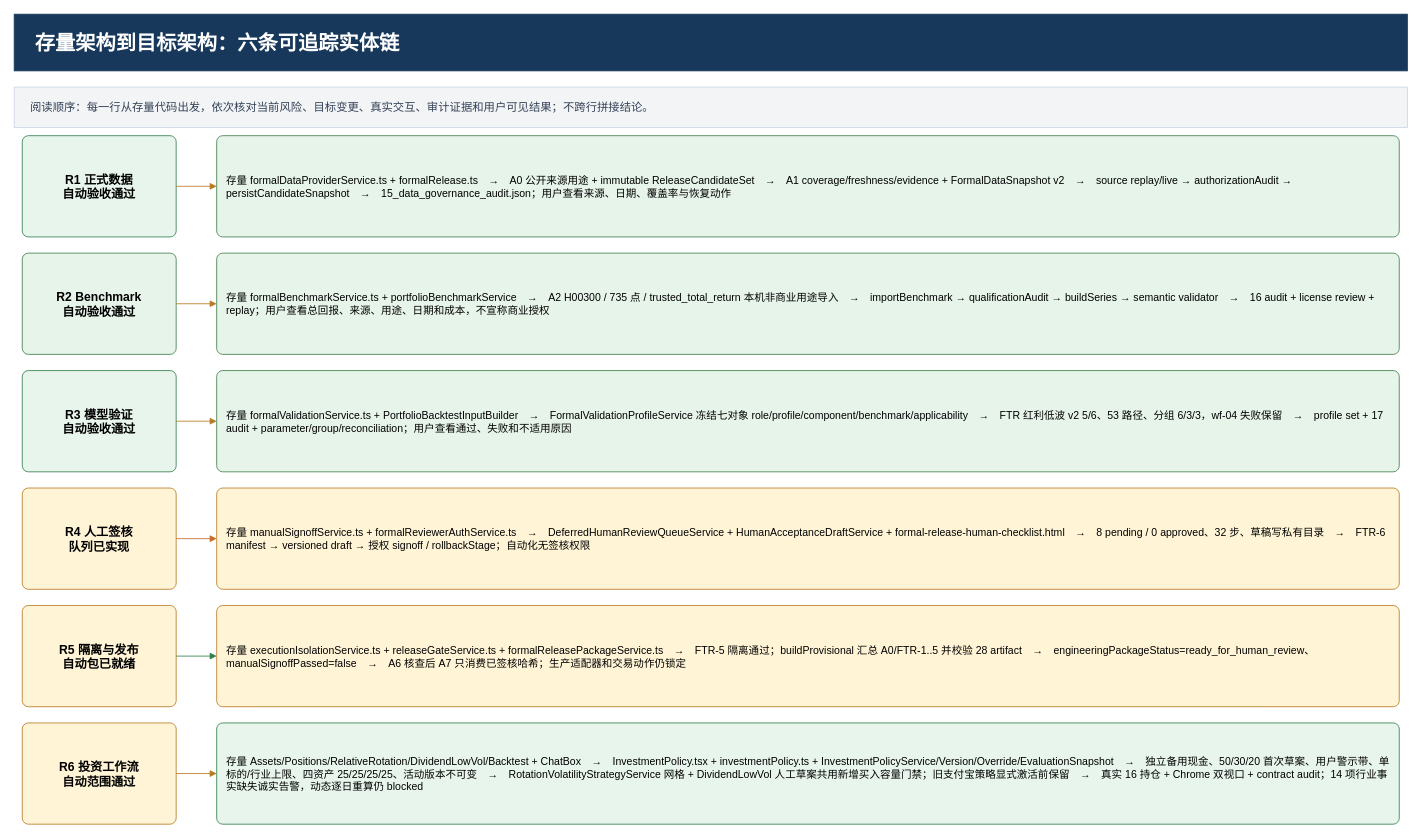
ljx418/FAMS keeps this draw.io diagram as page "2 存量到目标强关联映射" (2 of 8) of docs/target-architecture-gap.drawio. Above is the earlier version. Source tidied: cells renumbered, new cells numbered last; positions are measured from the earlier drawing's top-left corner, leaving out a move shared by most shapes. Both pictures are drawn from the tidied source at 81%, with x=0, y=0 at pixel (14, 14).
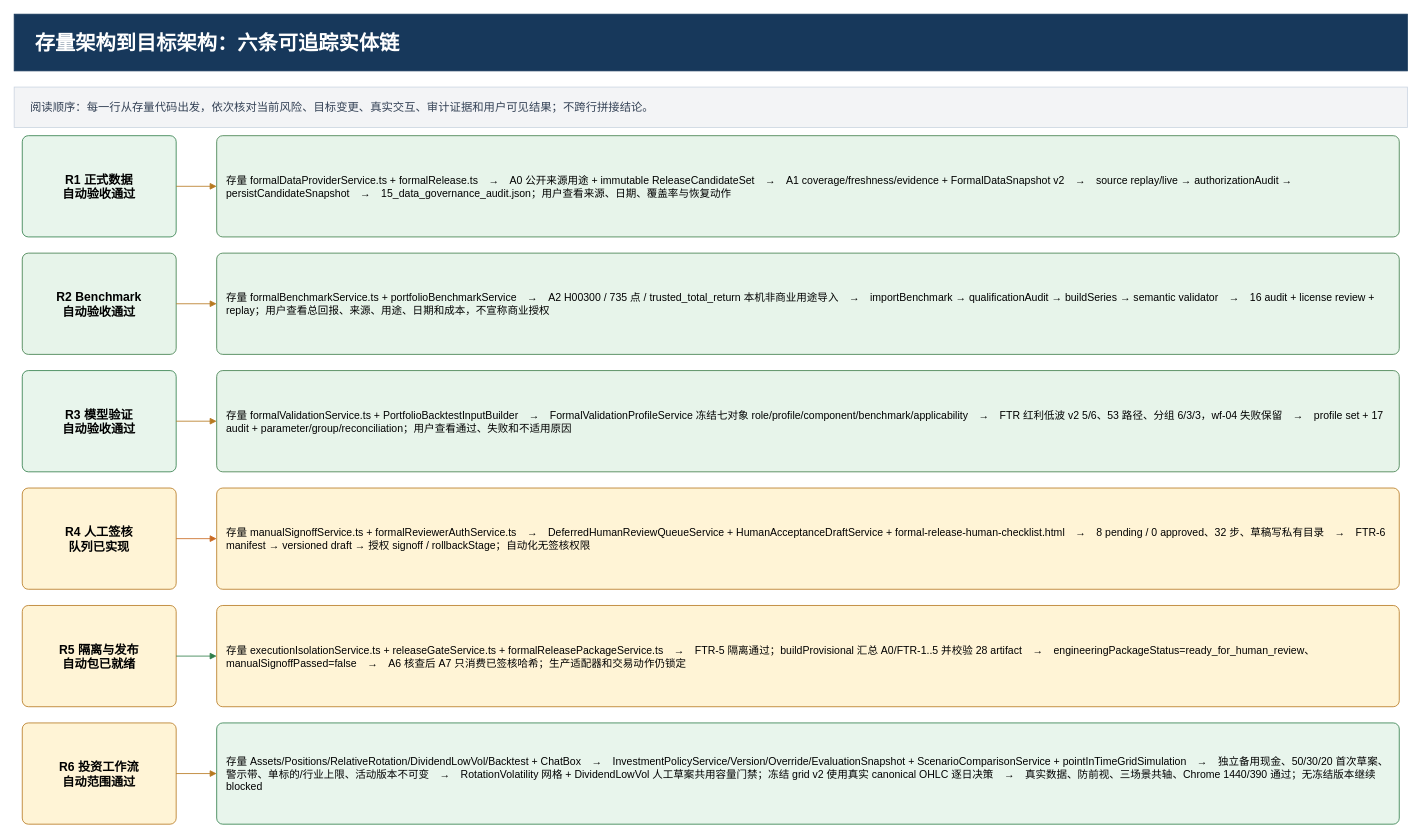
After the change.

The edit, as a diff of the source:
```diff
@@
-    <mxCell id="15" value="存量 Assets/Positions/RelativeRotation/DividendLowVol/Backtest + ChatBox　→　InvestmentPolicy.tsx + investmentPolicy.ts + InvestmentPolicyService/Version/Override/EvaluationSnapshot　→　独立备用现金、50/30/20 首次草案、用户警示带、单标的/行业上限、四资产 25/25/25/25、活动版本不可变　→　RotationVolatilityStrategyService 网格 + DividendLowVol 人工草案共用新增买入容量门禁；旧支付宝策略显式激活前保留　→　真实 16 持仓 + Chrome 双视口 + contract audit；14 项行业事实缺失诚实告警，动态逐日重算仍 blocked" style="rounded=1;arcSize=6;whiteSpace=wrap;html=1;fontFamily=Microsoft YaHei;fontSize=13;align=left;verticalAlign=middle;fillColor=#e8f5ec;strokeColor=#2f7d4a;spacing=12;" parent="1" vertex="1">
+    <mxCell id="15" value="存量 Assets/Positions/RelativeRotation/DividendLowVol/Backtest + ChatBox　→　InvestmentPolicyService/Version/Override/EvaluationSnapshot + ScenarioComparisonService + pointInTimeGridSimulation　→　独立备用现金、50/30/20 首次草案、警示带、单标的/行业上限、活动版本不可变　→　RotationVolatility 网格 + DividendLowVol 人工草案共用容量门禁；冻结 grid v2 使用真实 canonical OHLC 逐日决策　→　真实数据、防前视、三场景共轴、Chrome 1440/390 通过；无冻结版本继续 blocked" style="rounded=1;arcSize=6;whiteSpace=wrap;html=1;fontFamily=Microsoft YaHei;fontSize=13;align=left;verticalAlign=middle;fillColor=#e8f5ec;strokeColor=#2f7d4a;spacing=12;" parent="1" vertex="1">
       <mxGeometry x="250" y="875" width="1460" height="125" as="geometry" />
     </mxCell>
```
